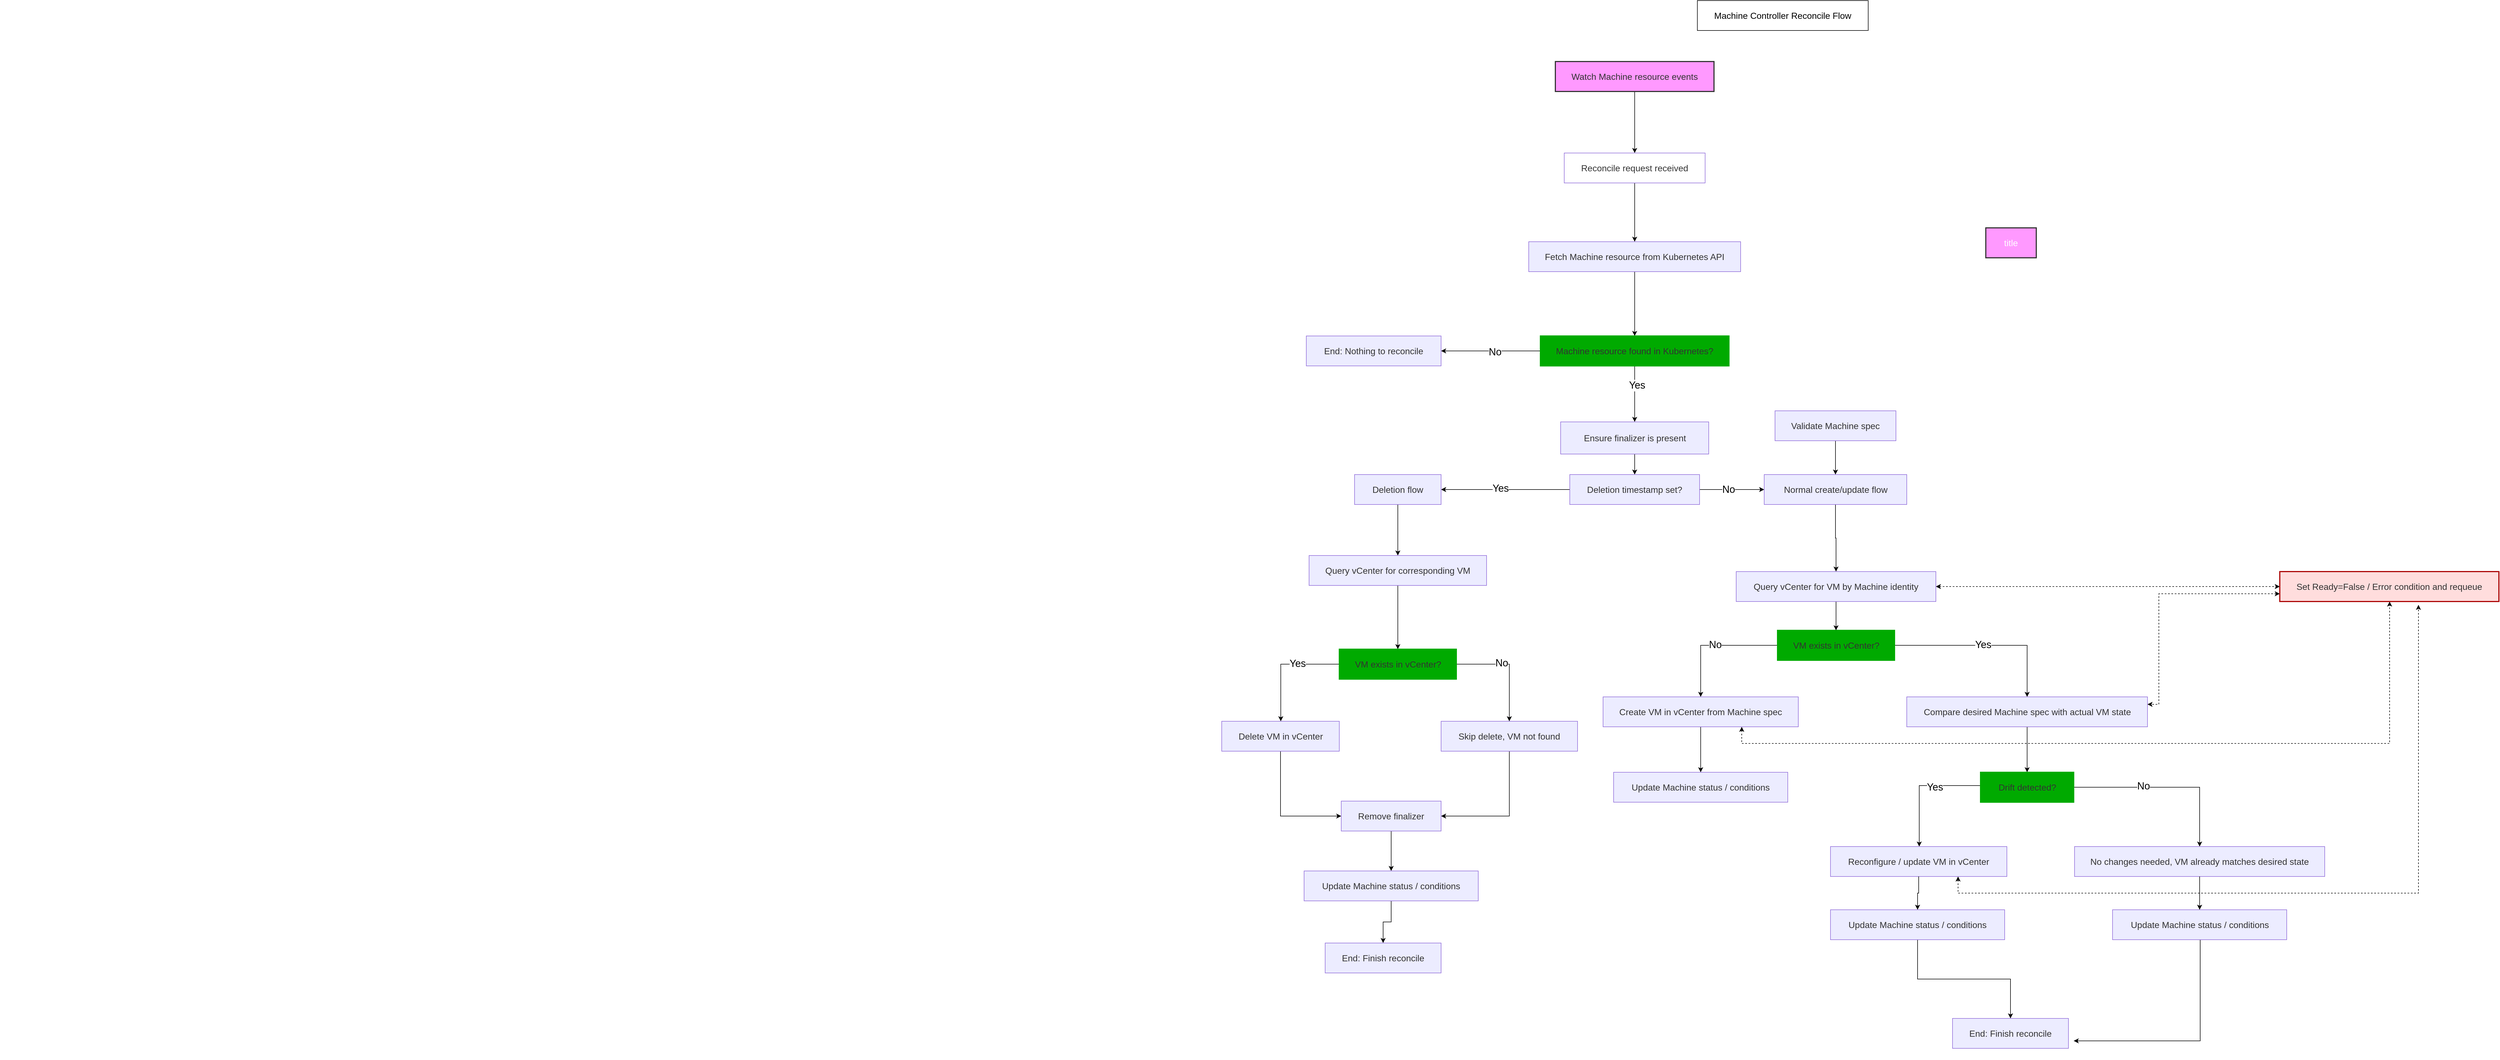
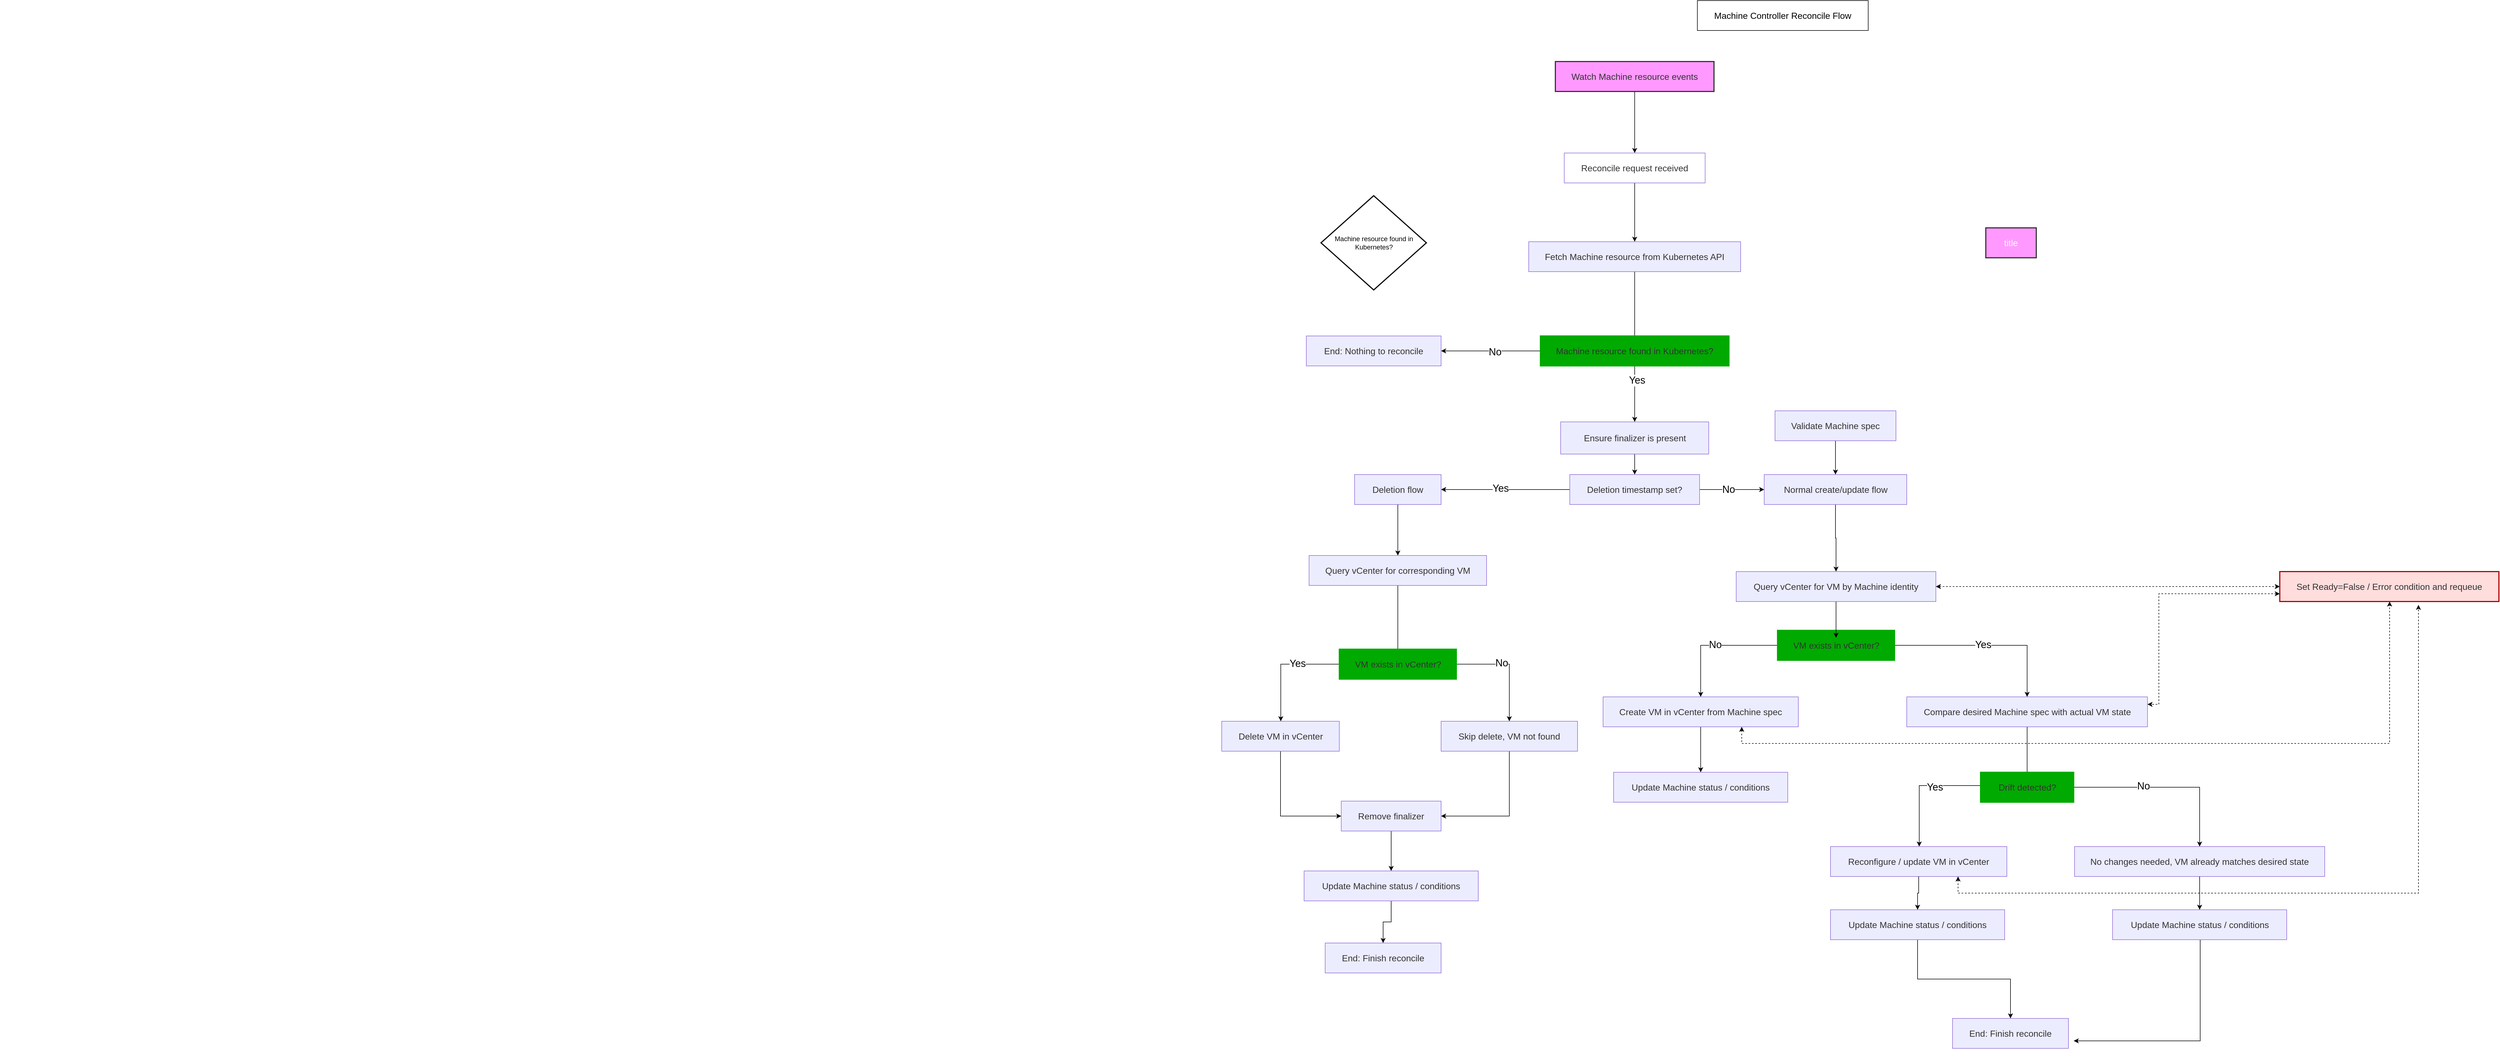
<mxfile host="app.diagrams.net">
  <diagram name="Page-1" id="WP2OnV7o5irwRzSvscoQ">
-     <mxGraphModel dx="1167" dy="4097" grid="1" gridSize="10" guides="1" tooltips="1" connect="1" arrows="1" fold="1" page="1" pageScale="1" pageWidth="850" pageHeight="1100" math="0" shadow="0">
+     <mxGraphModel dx="757" dy="3826" grid="1" gridSize="10" guides="1" tooltips="1" connect="1" arrows="1" fold="1" page="1" pageScale="1" pageWidth="850" pageHeight="1100" math="0" shadow="0">
      <root>
        <mxCell id="0" />
        <mxCell id="1" parent="0" />
        <UserObject label="" mermaidData="{&#xa;  &quot;data&quot;: &quot;graph LR\n    title \&quot;Machine Controller Reconcile Flow\&quot;\n    style title fill:#f9f,stroke:#333,stroke-width:2px,color:#fff\n    style node fill:#f9f,stroke:#333,stroke-width:2px\n    style decision fill:#f9f,stroke:#333,stroke-width:2px\n    style error fill:#fdd,stroke:#a00,stroke-width:2px\n    style start fill:#f9f,stroke:#333,stroke-width:2px\n    style end fill:#f9f,stroke:#333,stroke-width:2px\n\n    start[Watch Machine resource events]\n    start --&gt;|Yes| reconcile_request_received[Reconcile request received]\n    reconcile_request_received --&gt;|Yes| fetch_machine_resource[Fetch Machine resource from Kubernetes API]\n    fetch_machine_resource --&gt;|Yes| decision_machine_found[Machine resource found in Kubernetes?]\n    decision_machine_found --|No|-&gt; nothing_to_reconcile[End: Nothing to reconcile]\n    decision_machine_found --|Yes|-&gt; ensure_finalizer_present[Ensure finalizer is present]\n\n    ensure_finalizer_present --&gt;|Yes| decision_deletion_timestamp_set[Deletion timestamp set?]\n    decision_deletion_timestamp_set --|Yes|-&gt; deletion_flow[Deletion flow]\n    deletion_flow --&gt;|Yes| query_vcenter_vm[Query vCenter for corresponding VM]\n    query_vcenter_vm --&gt;|Yes| decision_vm_exists[VM exists in vCenter?]\n    decision_vm_exists --|Yes|-&gt; delete_vm[Delete VM in vCenter]\n    delete_vm --&gt;|Yes| remove_finalizer[Remove finalizer]\n    remove_finalizer --&gt;|Yes| update_machine_status[Update Machine status / conditions]\n    update_machine_status --&gt;|Yes| end_finish_reconcile[End: Finish reconcile]\n    delete_vm --|No|-&gt; skip_delete_vm_not_found[Skip delete, VM not found]\n    skip_delete_vm_not_found --&gt;|Yes| end_finish_reconcile\n\n    ensure_finalizer_present --|No|-&gt; normal_create_update_flow[Normal create/update flow]\n    normal_create_update_flow --&gt;|Yes| validate_machine_spec[Validate Machine spec]\n    validate_machine_spec --&gt;|Yes| query_vcenter_vm_by_machine_identity[Query vCenter for VM by Machine identity]\n    query_vcenter_vm_by_machine_identity --&gt;|Yes| decision_vm_exists\n    decision_vm_exists --|Yes|-&gt; create_vm[Create VM in vCenter from Machine spec]\n    create_vm --&gt;|Yes| update_machine_status\n    create_vm --|No|-&gt; compare_desired_machine_spec_with_actual_vm_state[Compare desired Machine spec with actual VM state]\n    compare_desired_machine_spec_with_actual_vm_state --&gt;|Yes| decision_drift_detected[Drift detected?]\n    decision_drift_detected --|Yes|-&gt; reconfigure_update_vm[Reconfigure / update VM in vCenter]\n    reconfigure_update_vm --&gt;|Yes| update_machine_status\n    reconfigure_update_vm --|No|-&gt; no_changes_needed_vm_already_matches_desired_state[No changes needed, VM already matches desired state]\n    no_changes_needed_vm_already_matches_desired_state --&gt;|Yes| update_machine_status\n    no_changes_needed_vm_already_matches_desired_state --|No|-&gt; end_finish_reconcile\n\n    error[Set Ready=False / Error condition and requeue]\n    query_vcenter_vm --&gt;|Yes|-&gt; error\n    delete_vm --&gt;|Yes|-&gt; error\n    create_vm --&gt;|Yes|-&gt; error\n    reconfigure_update_vm --&gt;|Yes|-&gt; error\n    error --&gt;|Yes|-&gt; reconcile_request_received\n\n    style decision_machine_found fill:#0a0,stroke:#0a0,stroke-width:2px\n    style decision_vm_exists fill:#0a0,stroke:#0a0,stroke-width:2px\n    style decision_drift_detected fill:#0a0,stroke:#0a0,stroke-width:2px&quot;,&#xa;  &quot;config&quot;: null&#xa;}" id="56">
          <mxCell connectable="0" parent="1" style="group;transparentBounds=1;editIcon=1;lockedGroup=0;groupPadding=20;snapToPoint=0;fixDash=0;backgroundOutline=1;" vertex="1">
            <mxGeometry height="620" width="4211" as="geometry" />
          </mxCell>
        </UserObject>
        <UserObject label="title" mermaidId="n:title" mermaidBaseStyle="html=1;whiteSpace=wrap;strokeWidth=2;fillColor=#f9f;strokeColor=#333;fontColor=#fff;fontFamily=Trebuchet MS,Verdana,Arial,sans-serif;fontSize=16;" mermaidBaseValue="title" id="2">
          <mxCell parent="56" style="html=1;whiteSpace=wrap;strokeWidth=2;fillColor=#f9f;strokeColor=#333;fontColor=#fff;fontFamily=Trebuchet MS,Verdana,Arial,sans-serif;fontSize=16;snapToPoint=0;fixDash=0;backgroundOutline=1;" vertex="1">
            <mxGeometry height="54" width="91" x="3580" y="-880" as="geometry" />
          </mxCell>
        </UserObject>
        <UserObject label="Machine Controller Reconcile Flow" mermaidId="n:Machine Controller Reconcile Flow" mermaidBaseStyle="html=1;whiteSpace=wrap;strokeWidth=1;fillColor=light-dark(#ECECFF,#1f2020);strokeColor=light-dark(#9370DB,#cccccc);fontColor=light-dark(#333333,#cccccc);fontFamily=Trebuchet MS,Verdana,Arial,sans-serif;fontSize=16;" mermaidBaseValue="Machine Controller Reconcile Flow" id="3">
          <mxCell parent="56" style="html=1;whiteSpace=wrap;strokeWidth=1;fontFamily=Trebuchet MS,Verdana,Arial,sans-serif;fontSize=16;snapToPoint=0;fixDash=0;backgroundOutline=1;gradientColor=none;fillStyle=solid;fillColor=default;" vertex="1">
            <mxGeometry height="54" width="308" x="3060" y="-1290" as="geometry" />
          </mxCell>
        </UserObject>
        <mxCell id="p-3naK_85DjVvBY4tQBO-59" edge="1" parent="56" source="4" style="edgeStyle=orthogonalEdgeStyle;rounded=0;orthogonalLoop=1;jettySize=auto;html=1;snapToPoint=0;fixDash=0;backgroundOutline=1;" target="5">
          <mxGeometry relative="1" as="geometry" />
        </mxCell>
        <UserObject label="Watch Machine resource events" mermaidId="n:start" mermaidBaseStyle="html=1;whiteSpace=wrap;strokeWidth=2;fillColor=#f9f;strokeColor=#333;fontColor=light-dark(#333333,#cccccc);fontFamily=Trebuchet MS,Verdana,Arial,sans-serif;fontSize=16;" mermaidBaseValue="Watch Machine resource events" id="4">
          <mxCell parent="56" style="html=1;whiteSpace=wrap;strokeWidth=2;fillColor=#f9f;strokeColor=#333;fontColor=light-dark(#333333,#cccccc);fontFamily=Trebuchet MS,Verdana,Arial,sans-serif;fontSize=16;snapToPoint=0;fixDash=0;backgroundOutline=1;" vertex="1">
            <mxGeometry height="54" width="286" x="2804" y="-1180" as="geometry" />
          </mxCell>
        </UserObject>
        <mxCell id="p-3naK_85DjVvBY4tQBO-61" edge="1" parent="56" source="5" style="edgeStyle=orthogonalEdgeStyle;rounded=0;orthogonalLoop=1;jettySize=auto;html=1;snapToPoint=0;fixDash=0;backgroundOutline=1;" target="6">
          <mxGeometry relative="1" as="geometry" />
        </mxCell>
        <UserObject label="Reconcile request received" mermaidId="n:reconcile_request_received" mermaidBaseStyle="html=1;whiteSpace=wrap;strokeWidth=1;fillColor=light-dark(#ECECFF,#1f2020);strokeColor=light-dark(#9370DB,#cccccc);fontColor=light-dark(#333333,#cccccc);fontFamily=Trebuchet MS,Verdana,Arial,sans-serif;fontSize=16;" mermaidBaseValue="Reconcile request received" id="5">
          <mxCell parent="56" style="html=1;whiteSpace=wrap;strokeWidth=1;fillColor=default;strokeColor=light-dark(#9370DB,#cccccc);fontColor=light-dark(#333333,#cccccc);fontFamily=Trebuchet MS,Verdana,Arial,sans-serif;fontSize=16;snapToPoint=0;fixDash=0;backgroundOutline=1;" vertex="1">
            <mxGeometry height="54" width="254" x="2820" y="-1015" as="geometry" />
          </mxCell>
        </UserObject>
        <mxCell id="p-3naK_85DjVvBY4tQBO-62" edge="1" parent="56" source="6" style="edgeStyle=orthogonalEdgeStyle;rounded=0;orthogonalLoop=1;jettySize=auto;html=1;snapToPoint=0;fixDash=0;backgroundOutline=1;" target="7">
          <mxGeometry relative="1" as="geometry" />
        </mxCell>
        <UserObject label="Fetch Machine resource from Kubernetes API" mermaidId="n:fetch_machine_resource" mermaidBaseStyle="html=1;whiteSpace=wrap;strokeWidth=1;fillColor=light-dark(#ECECFF,#1f2020);strokeColor=light-dark(#9370DB,#cccccc);fontColor=light-dark(#333333,#cccccc);fontFamily=Trebuchet MS,Verdana,Arial,sans-serif;fontSize=16;" mermaidBaseValue="Fetch Machine resource from Kubernetes API" id="6">
          <mxCell parent="56" style="html=1;whiteSpace=wrap;strokeWidth=1;fillColor=light-dark(#ECECFF,#1f2020);strokeColor=light-dark(#9370DB,#cccccc);fontColor=light-dark(#333333,#cccccc);fontFamily=Trebuchet MS,Verdana,Arial,sans-serif;fontSize=16;snapToPoint=0;fixDash=0;backgroundOutline=1;" vertex="1">
            <mxGeometry height="54" width="382" x="2756" y="-855" as="geometry" />
          </mxCell>
        </UserObject>
        <mxCell id="p-3naK_85DjVvBY4tQBO-64" edge="1" parent="56" source="7" style="edgeStyle=orthogonalEdgeStyle;rounded=0;orthogonalLoop=1;jettySize=auto;html=1;snapToPoint=0;fixDash=0;backgroundOutline=1;" target="8">
          <mxGeometry relative="1" as="geometry" />
        </mxCell>
        <mxCell id="p-3naK_85DjVvBY4tQBO-104" connectable="0" parent="p-3naK_85DjVvBY4tQBO-64" style="edgeLabel;html=1;align=center;verticalAlign=middle;resizable=0;points=[];snapToPoint=0;fixDash=0;backgroundOutline=1;" value="&lt;font style=&quot;font-size: 18px;&quot;&gt;No&lt;/font&gt;" vertex="1">
          <mxGeometry relative="1" x="-0.079" y="2" as="geometry">
            <mxPoint as="offset" />
          </mxGeometry>
        </mxCell>
        <mxCell id="p-3naK_85DjVvBY4tQBO-65" edge="1" parent="56" source="7" style="edgeStyle=orthogonalEdgeStyle;rounded=0;orthogonalLoop=1;jettySize=auto;html=1;snapToPoint=0;fixDash=0;backgroundOutline=1;" target="9">
          <mxGeometry relative="1" as="geometry" />
        </mxCell>
        <mxCell id="p-3naK_85DjVvBY4tQBO-105" connectable="0" parent="p-3naK_85DjVvBY4tQBO-65" style="edgeLabel;html=1;align=center;verticalAlign=middle;resizable=0;points=[];snapToPoint=0;fixDash=0;backgroundOutline=1;" value="&lt;div&gt;&lt;font style=&quot;font-size: 18px;&quot;&gt;Yes&lt;/font&gt;&lt;/div&gt;" vertex="1">
          <mxGeometry relative="1" x="-0.3069" y="4" as="geometry">
            <mxPoint as="offset" />
          </mxGeometry>
        </mxCell>
        <UserObject label="Machine resource found in Kubernetes?" mermaidId="n:decision_machine_found" mermaidBaseStyle="html=1;whiteSpace=wrap;strokeWidth=2;fillColor=#0a0;strokeColor=#0a0;fontColor=light-dark(#333333,#cccccc);fontFamily=Trebuchet MS,Verdana,Arial,sans-serif;fontSize=16;" mermaidBaseValue="Machine resource found in Kubernetes?" id="7">
-           <mxCell parent="56" style="html=1;whiteSpace=wrap;strokeWidth=2;fillColor=#0a0;strokeColor=#0a0;fontColor=light-dark(#333333,#cccccc);fontFamily=Trebuchet MS,Verdana,Arial,sans-serif;fontSize=16;snapToPoint=0;fixDash=0;backgroundOutline=1;" vertex="1">
+           <mxCell parent="56" style="html=1;whiteSpace=wrap;strokeWidth=2;fillColor=#0a0;strokeColor=#0a0;fontColor=light-dark(#333333,#cccccc);fontFamily=Trebuchet MS,Verdana,Arial,sans-serif;fontSize=16;snapToPoint=0;fixDash=0;backgroundOutline=1;perimeter=trianglePerimeter;imageAspect=1;" vertex="1">
            <mxGeometry height="54" width="340" x="2777" y="-685" as="geometry" />
          </mxCell>
        </UserObject>
        <UserObject label="End: Nothing to reconcile" mermaidId="n:nothing_to_reconcile" mermaidBaseStyle="html=1;whiteSpace=wrap;strokeWidth=1;fillColor=light-dark(#ECECFF,#1f2020);strokeColor=light-dark(#9370DB,#cccccc);fontColor=light-dark(#333333,#cccccc);fontFamily=Trebuchet MS,Verdana,Arial,sans-serif;fontSize=16;" mermaidBaseValue="End: Nothing to reconcile" id="8">
          <mxCell parent="56" style="html=1;whiteSpace=wrap;strokeWidth=1;fillColor=light-dark(#ECECFF,#1f2020);strokeColor=light-dark(#9370DB,#cccccc);fontColor=light-dark(#333333,#cccccc);fontFamily=Trebuchet MS,Verdana,Arial,sans-serif;fontSize=16;snapToPoint=0;fixDash=0;backgroundOutline=1;" vertex="1">
            <mxGeometry height="54" width="243" x="2355" y="-685" as="geometry" />
          </mxCell>
        </UserObject>
        <mxCell id="p-3naK_85DjVvBY4tQBO-63" edge="1" parent="56" source="9" style="edgeStyle=orthogonalEdgeStyle;rounded=0;orthogonalLoop=1;jettySize=auto;html=1;snapToPoint=0;fixDash=0;backgroundOutline=1;" target="10">
          <mxGeometry relative="1" as="geometry" />
        </mxCell>
        <UserObject label="Ensure finalizer is present" mermaidId="n:ensure_finalizer_present" mermaidBaseStyle="html=1;whiteSpace=wrap;strokeWidth=1;fillColor=light-dark(#ECECFF,#1f2020);strokeColor=light-dark(#9370DB,#cccccc);fontColor=light-dark(#333333,#cccccc);fontFamily=Trebuchet MS,Verdana,Arial,sans-serif;fontSize=16;" mermaidBaseValue="Ensure finalizer is present" id="9">
          <mxCell parent="56" style="html=1;whiteSpace=wrap;strokeWidth=1;fillColor=light-dark(#ECECFF,#1f2020);strokeColor=light-dark(#9370DB,#cccccc);fontColor=light-dark(#333333,#cccccc);fontFamily=Trebuchet MS,Verdana,Arial,sans-serif;fontSize=16;snapToPoint=0;fixDash=0;backgroundOutline=1;" vertex="1">
            <mxGeometry height="58" width="267" x="2813.5" y="-530" as="geometry" />
          </mxCell>
        </UserObject>
        <mxCell id="p-3naK_85DjVvBY4tQBO-72" edge="1" parent="56" source="10" style="edgeStyle=orthogonalEdgeStyle;rounded=0;orthogonalLoop=1;jettySize=auto;html=1;snapToPoint=0;fixDash=0;backgroundOutline=1;" target="11">
          <mxGeometry relative="1" as="geometry" />
        </mxCell>
        <mxCell id="p-3naK_85DjVvBY4tQBO-106" connectable="0" parent="p-3naK_85DjVvBY4tQBO-72" style="edgeLabel;html=1;align=center;verticalAlign=middle;resizable=0;points=[];snapToPoint=0;fixDash=0;backgroundOutline=1;" value="&lt;div&gt;&lt;font style=&quot;font-size: 18px;&quot;&gt;Yes&lt;/font&gt;&lt;/div&gt;" vertex="1">
          <mxGeometry relative="1" x="0.0776" y="-2" as="geometry">
            <mxPoint as="offset" />
          </mxGeometry>
        </mxCell>
        <mxCell id="p-3naK_85DjVvBY4tQBO-74" edge="1" parent="56" source="10" style="edgeStyle=orthogonalEdgeStyle;rounded=0;orthogonalLoop=1;jettySize=auto;html=1;snapToPoint=0;fixDash=0;backgroundOutline=1;" target="19">
          <mxGeometry relative="1" as="geometry" />
        </mxCell>
        <mxCell id="p-3naK_85DjVvBY4tQBO-107" connectable="0" parent="p-3naK_85DjVvBY4tQBO-74" style="edgeLabel;html=1;align=center;verticalAlign=middle;resizable=0;points=[];snapToPoint=0;fixDash=0;backgroundOutline=1;" value="&lt;font style=&quot;font-size: 18px;&quot;&gt;No&lt;/font&gt;" vertex="1">
          <mxGeometry relative="1" x="-0.1073" as="geometry">
            <mxPoint as="offset" />
          </mxGeometry>
        </mxCell>
        <UserObject label="Deletion timestamp set?" mermaidId="n:decision_deletion_timestamp_set" mermaidBaseStyle="html=1;whiteSpace=wrap;strokeWidth=1;fillColor=light-dark(#ECECFF,#1f2020);strokeColor=light-dark(#9370DB,#cccccc);fontColor=light-dark(#333333,#cccccc);fontFamily=Trebuchet MS,Verdana,Arial,sans-serif;fontSize=16;" mermaidBaseValue="Deletion timestamp set?" id="10">
          <mxCell parent="56" style="html=1;whiteSpace=wrap;strokeWidth=1;fillColor=light-dark(#ECECFF,#1f2020);strokeColor=light-dark(#9370DB,#cccccc);fontColor=light-dark(#333333,#cccccc);fontFamily=Trebuchet MS,Verdana,Arial,sans-serif;fontSize=16;snapToPoint=0;fixDash=0;backgroundOutline=1;" vertex="1">
            <mxGeometry height="54" width="234" x="2830" y="-435" as="geometry" />
          </mxCell>
        </UserObject>
        <mxCell id="p-3naK_85DjVvBY4tQBO-73" edge="1" parent="56" source="11" style="edgeStyle=orthogonalEdgeStyle;rounded=0;orthogonalLoop=1;jettySize=auto;html=1;snapToPoint=0;fixDash=0;backgroundOutline=1;" target="12">
          <mxGeometry relative="1" as="geometry" />
        </mxCell>
        <UserObject label="Deletion flow" mermaidId="n:deletion_flow" mermaidBaseStyle="html=1;whiteSpace=wrap;strokeWidth=1;fillColor=light-dark(#ECECFF,#1f2020);strokeColor=light-dark(#9370DB,#cccccc);fontColor=light-dark(#333333,#cccccc);fontFamily=Trebuchet MS,Verdana,Arial,sans-serif;fontSize=16;" mermaidBaseValue="Deletion flow" id="11">
          <mxCell parent="56" style="html=1;whiteSpace=wrap;strokeWidth=1;fillColor=light-dark(#ECECFF,#1f2020);strokeColor=light-dark(#9370DB,#cccccc);fontColor=light-dark(#333333,#cccccc);fontFamily=Trebuchet MS,Verdana,Arial,sans-serif;fontSize=16;snapToPoint=0;fixDash=0;backgroundOutline=1;" vertex="1">
            <mxGeometry height="54" width="156" x="2442" y="-435" as="geometry" />
          </mxCell>
        </UserObject>
        <mxCell id="p-3naK_85DjVvBY4tQBO-79" edge="1" parent="56" source="12" style="edgeStyle=orthogonalEdgeStyle;rounded=0;orthogonalLoop=1;jettySize=auto;html=1;snapToPoint=0;fixDash=0;backgroundOutline=1;" target="p-3naK_85DjVvBY4tQBO-78">
          <mxGeometry relative="1" as="geometry" />
        </mxCell>
        <UserObject label="Query vCenter for corresponding VM" mermaidId="n:query_vcenter_vm" mermaidBaseStyle="html=1;whiteSpace=wrap;strokeWidth=1;fillColor=light-dark(#ECECFF,#1f2020);strokeColor=light-dark(#9370DB,#cccccc);fontColor=light-dark(#333333,#cccccc);fontFamily=Trebuchet MS,Verdana,Arial,sans-serif;fontSize=16;" mermaidBaseValue="Query vCenter for corresponding VM" id="12">
          <mxCell parent="56" style="html=1;whiteSpace=wrap;strokeWidth=1;fillColor=light-dark(#ECECFF,#1f2020);strokeColor=light-dark(#9370DB,#cccccc);fontColor=light-dark(#333333,#cccccc);fontFamily=Trebuchet MS,Verdana,Arial,sans-serif;fontSize=16;snapToPoint=0;fixDash=0;backgroundOutline=1;" vertex="1">
            <mxGeometry height="54" width="320" x="2360" y="-289" as="geometry" />
          </mxCell>
        </UserObject>
        <mxCell id="p-3naK_85DjVvBY4tQBO-82" edge="1" parent="56" source="14" style="edgeStyle=orthogonalEdgeStyle;rounded=0;orthogonalLoop=1;jettySize=auto;html=1;entryX=0;entryY=0.5;entryDx=0;entryDy=0;snapToPoint=0;fixDash=0;backgroundOutline=1;" target="15">
          <mxGeometry relative="1" as="geometry">
            <Array as="points">
              <mxPoint x="2309" y="181" />
            </Array>
          </mxGeometry>
        </mxCell>
        <UserObject label="Delete VM in vCenter" mermaidId="n:delete_vm" mermaidBaseStyle="html=1;whiteSpace=wrap;strokeWidth=1;fillColor=light-dark(#ECECFF,#1f2020);strokeColor=light-dark(#9370DB,#cccccc);fontColor=light-dark(#333333,#cccccc);fontFamily=Trebuchet MS,Verdana,Arial,sans-serif;fontSize=16;" mermaidBaseValue="Delete VM in vCenter" id="14">
          <mxCell parent="56" style="html=1;whiteSpace=wrap;strokeWidth=1;fillColor=light-dark(#ECECFF,#1f2020);strokeColor=light-dark(#9370DB,#cccccc);fontColor=light-dark(#333333,#cccccc);fontFamily=Trebuchet MS,Verdana,Arial,sans-serif;fontSize=16;snapToPoint=0;fixDash=0;backgroundOutline=1;" vertex="1">
            <mxGeometry height="54" width="212" x="2202.5" y="10" as="geometry" />
          </mxCell>
        </UserObject>
        <mxCell id="p-3naK_85DjVvBY4tQBO-84" edge="1" parent="56" source="15" style="edgeStyle=orthogonalEdgeStyle;rounded=0;orthogonalLoop=1;jettySize=auto;html=1;snapToPoint=0;fixDash=0;backgroundOutline=1;" target="16">
          <mxGeometry relative="1" as="geometry" />
        </mxCell>
        <UserObject label="Remove finalizer" mermaidId="n:remove_finalizer" mermaidBaseStyle="html=1;whiteSpace=wrap;strokeWidth=1;fillColor=light-dark(#ECECFF,#1f2020);strokeColor=light-dark(#9370DB,#cccccc);fontColor=light-dark(#333333,#cccccc);fontFamily=Trebuchet MS,Verdana,Arial,sans-serif;fontSize=16;" mermaidBaseValue="Remove finalizer" id="15">
          <mxCell parent="56" style="html=1;whiteSpace=wrap;strokeWidth=1;fillColor=light-dark(#ECECFF,#1f2020);strokeColor=light-dark(#9370DB,#cccccc);fontColor=light-dark(#333333,#cccccc);fontFamily=Trebuchet MS,Verdana,Arial,sans-serif;fontSize=16;snapToPoint=0;fixDash=0;backgroundOutline=1;" vertex="1">
            <mxGeometry height="54" width="180" x="2418" y="154" as="geometry" />
          </mxCell>
        </UserObject>
        <mxCell id="p-3naK_85DjVvBY4tQBO-86" edge="1" parent="56" source="16" style="edgeStyle=orthogonalEdgeStyle;rounded=0;orthogonalLoop=1;jettySize=auto;html=1;snapToPoint=0;fixDash=0;backgroundOutline=1;" target="17">
          <mxGeometry relative="1" as="geometry" />
        </mxCell>
        <UserObject label="Update Machine status / conditions" mermaidId="n:update_machine_status" mermaidBaseStyle="html=1;whiteSpace=wrap;strokeWidth=1;fillColor=light-dark(#ECECFF,#1f2020);strokeColor=light-dark(#9370DB,#cccccc);fontColor=light-dark(#333333,#cccccc);fontFamily=Trebuchet MS,Verdana,Arial,sans-serif;fontSize=16;" mermaidBaseValue="Update Machine status / conditions" id="16">
          <mxCell parent="56" style="html=1;whiteSpace=wrap;strokeWidth=1;fillColor=light-dark(#ECECFF,#1f2020);strokeColor=light-dark(#9370DB,#cccccc);fontColor=light-dark(#333333,#cccccc);fontFamily=Trebuchet MS,Verdana,Arial,sans-serif;fontSize=16;snapToPoint=0;fixDash=0;backgroundOutline=1;" vertex="1">
            <mxGeometry height="54" width="314" x="2351" y="280" as="geometry" />
          </mxCell>
        </UserObject>
        <UserObject label="End: Finish reconcile" mermaidId="n:end_finish_reconcile" mermaidBaseStyle="html=1;whiteSpace=wrap;strokeWidth=1;fillColor=light-dark(#ECECFF,#1f2020);strokeColor=light-dark(#9370DB,#cccccc);fontColor=light-dark(#333333,#cccccc);fontFamily=Trebuchet MS,Verdana,Arial,sans-serif;fontSize=16;" mermaidBaseValue="End: Finish reconcile" id="17">
          <mxCell parent="56" style="html=1;whiteSpace=wrap;strokeWidth=1;fillColor=light-dark(#ECECFF,#1f2020);strokeColor=light-dark(#9370DB,#cccccc);fontColor=light-dark(#333333,#cccccc);fontFamily=Trebuchet MS,Verdana,Arial,sans-serif;fontSize=16;snapToPoint=0;fixDash=0;backgroundOutline=1;" vertex="1">
            <mxGeometry height="54" width="209" x="2389" y="410" as="geometry" />
          </mxCell>
        </UserObject>
        <mxCell id="p-3naK_85DjVvBY4tQBO-83" edge="1" parent="56" source="18" style="edgeStyle=orthogonalEdgeStyle;rounded=0;orthogonalLoop=1;jettySize=auto;html=1;entryX=1;entryY=0.5;entryDx=0;entryDy=0;snapToPoint=0;fixDash=0;backgroundOutline=1;" target="15">
          <mxGeometry relative="1" as="geometry" />
        </mxCell>
        <UserObject label="Skip delete, VM not found" mermaidId="n:skip_delete_vm_not_found" mermaidBaseStyle="html=1;whiteSpace=wrap;strokeWidth=1;fillColor=light-dark(#ECECFF,#1f2020);strokeColor=light-dark(#9370DB,#cccccc);fontColor=light-dark(#333333,#cccccc);fontFamily=Trebuchet MS,Verdana,Arial,sans-serif;fontSize=16;" mermaidBaseValue="Skip delete, VM not found" id="18">
          <mxCell parent="56" style="html=1;whiteSpace=wrap;strokeWidth=1;fillColor=light-dark(#ECECFF,#1f2020);strokeColor=light-dark(#9370DB,#cccccc);fontColor=light-dark(#333333,#cccccc);fontFamily=Trebuchet MS,Verdana,Arial,sans-serif;fontSize=16;snapToPoint=0;fixDash=0;backgroundOutline=1;" vertex="1">
            <mxGeometry height="54" width="246" x="2598" y="10" as="geometry" />
          </mxCell>
        </UserObject>
        <mxCell id="p-3naK_85DjVvBY4tQBO-112" edge="1" parent="56" source="19" style="edgeStyle=orthogonalEdgeStyle;rounded=0;orthogonalLoop=1;jettySize=auto;html=1;snapToPoint=0;fixDash=0;backgroundOutline=1;" target="21">
          <mxGeometry relative="1" as="geometry" />
        </mxCell>
        <UserObject label="Normal create/update flow" mermaidId="n:normal_create_update_flow" mermaidBaseStyle="html=1;whiteSpace=wrap;strokeWidth=1;fillColor=light-dark(#ECECFF,#1f2020);strokeColor=light-dark(#9370DB,#cccccc);fontColor=light-dark(#333333,#cccccc);fontFamily=Trebuchet MS,Verdana,Arial,sans-serif;fontSize=16;" mermaidBaseValue="Normal create/update flow" id="19">
          <mxCell parent="56" style="html=1;whiteSpace=wrap;strokeWidth=1;fillColor=light-dark(#ECECFF,#1f2020);strokeColor=light-dark(#9370DB,#cccccc);fontColor=light-dark(#333333,#cccccc);fontFamily=Trebuchet MS,Verdana,Arial,sans-serif;fontSize=16;snapToPoint=0;fixDash=0;backgroundOutline=1;" vertex="1">
            <mxGeometry height="54" width="257" x="3180.5" y="-435" as="geometry" />
          </mxCell>
        </UserObject>
        <mxCell id="p-3naK_85DjVvBY4tQBO-80" edge="1" parent="56" source="p-3naK_85DjVvBY4tQBO-78" style="edgeStyle=orthogonalEdgeStyle;rounded=0;orthogonalLoop=1;jettySize=auto;html=1;snapToPoint=0;fixDash=0;backgroundOutline=1;" target="14">
          <mxGeometry relative="1" as="geometry">
            <Array as="points">
              <mxPoint x="2309" y="-93" />
            </Array>
          </mxGeometry>
        </mxCell>
        <mxCell id="p-3naK_85DjVvBY4tQBO-108" connectable="0" parent="p-3naK_85DjVvBY4tQBO-80" style="edgeLabel;html=1;align=center;verticalAlign=middle;resizable=0;points=[];snapToPoint=0;fixDash=0;backgroundOutline=1;" value="&lt;font style=&quot;font-size: 18px;&quot;&gt;Yes&lt;/font&gt;" vertex="1">
          <mxGeometry relative="1" x="-0.2758" y="-1" as="geometry">
            <mxPoint as="offset" />
          </mxGeometry>
        </mxCell>
        <mxCell id="p-3naK_85DjVvBY4tQBO-81" edge="1" parent="56" source="p-3naK_85DjVvBY4tQBO-78" style="edgeStyle=orthogonalEdgeStyle;rounded=0;orthogonalLoop=1;jettySize=auto;html=1;snapToPoint=0;fixDash=0;backgroundOutline=1;" target="18">
          <mxGeometry relative="1" as="geometry">
            <Array as="points">
              <mxPoint x="2721" y="-93" />
            </Array>
          </mxGeometry>
        </mxCell>
        <mxCell id="p-3naK_85DjVvBY4tQBO-109" connectable="0" parent="p-3naK_85DjVvBY4tQBO-81" style="edgeLabel;html=1;align=center;verticalAlign=middle;resizable=0;points=[];snapToPoint=0;fixDash=0;backgroundOutline=1;" value="&lt;font style=&quot;font-size: 18px;&quot;&gt;No&lt;/font&gt;" vertex="1">
          <mxGeometry relative="1" x="-0.1788" y="2" as="geometry">
            <mxPoint as="offset" />
          </mxGeometry>
        </mxCell>
        <UserObject label="VM exists in vCenter?" mermaidId="n:decision_vm_exists" mermaidBaseStyle="html=1;whiteSpace=wrap;strokeWidth=2;fillColor=#0a0;strokeColor=#0a0;fontColor=light-dark(#333333,#cccccc);fontFamily=Trebuchet MS,Verdana,Arial,sans-serif;fontSize=16;" mermaidBaseValue="VM exists in vCenter?" id="p-3naK_85DjVvBY4tQBO-78">
-           <mxCell parent="56" style="html=1;whiteSpace=wrap;strokeWidth=2;fillColor=#0a0;strokeColor=#0a0;fontColor=light-dark(#333333,#cccccc);fontFamily=Trebuchet MS,Verdana,Arial,sans-serif;fontSize=16;snapToPoint=0;fixDash=0;backgroundOutline=1;" vertex="1">
+           <mxCell parent="56" style="html=1;whiteSpace=wrap;strokeWidth=2;fillColor=#0a0;strokeColor=#0a0;fontColor=light-dark(#333333,#cccccc);fontFamily=Trebuchet MS,Verdana,Arial,sans-serif;fontSize=16;snapToPoint=0;fixDash=0;backgroundOutline=1;perimeter=trianglePerimeter;" vertex="1">
            <mxGeometry height="54" width="211" x="2414.5" y="-120" as="geometry" />
          </mxCell>
        </UserObject>
        <mxCell id="p-3naK_85DjVvBY4tQBO-111" edge="1" parent="56" source="p-3naK_85DjVvBY4tQBO-110" style="edgeStyle=orthogonalEdgeStyle;rounded=0;orthogonalLoop=1;jettySize=auto;html=1;snapToPoint=0;fixDash=0;backgroundOutline=1;" target="19">
          <mxGeometry relative="1" as="geometry" />
        </mxCell>
        <UserObject label="Validate Machine spec" mermaidId="n:validate_machine_spec" mermaidBaseStyle="html=1;whiteSpace=wrap;strokeWidth=1;fillColor=light-dark(#ECECFF,#1f2020);strokeColor=light-dark(#9370DB,#cccccc);fontColor=light-dark(#333333,#cccccc);fontFamily=Trebuchet MS,Verdana,Arial,sans-serif;fontSize=16;" mermaidBaseValue="Validate Machine spec" id="p-3naK_85DjVvBY4tQBO-110">
          <mxCell parent="56" style="html=1;whiteSpace=wrap;strokeWidth=1;fillColor=light-dark(#ECECFF,#1f2020);strokeColor=light-dark(#9370DB,#cccccc);fontColor=light-dark(#333333,#cccccc);fontFamily=Trebuchet MS,Verdana,Arial,sans-serif;fontSize=16;snapToPoint=0;fixDash=0;backgroundOutline=1;" vertex="1">
            <mxGeometry height="54" width="218" x="3200" y="-550" as="geometry" />
          </mxCell>
        </UserObject>
        <mxCell id="p-3naK_85DjVvBY4tQBO-88" edge="1" parent="56" source="13" style="edgeStyle=orthogonalEdgeStyle;rounded=0;orthogonalLoop=1;jettySize=auto;html=1;snapToPoint=0;fixDash=0;backgroundOutline=1;" target="22">
          <mxGeometry relative="1" as="geometry">
            <Array as="points">
              <mxPoint x="3066" y="-127" />
            </Array>
          </mxGeometry>
        </mxCell>
        <mxCell id="p-3naK_85DjVvBY4tQBO-113" connectable="0" parent="p-3naK_85DjVvBY4tQBO-88" style="edgeLabel;html=1;align=center;verticalAlign=middle;resizable=0;points=[];snapToPoint=0;fixDash=0;backgroundOutline=1;" value="&lt;font style=&quot;font-size: 18px;&quot;&gt;No&lt;/font&gt;" vertex="1">
          <mxGeometry relative="1" x="-0.0281" y="-1" as="geometry">
            <mxPoint as="offset" />
          </mxGeometry>
        </mxCell>
        <mxCell id="p-3naK_85DjVvBY4tQBO-91" edge="1" parent="56" source="13" style="edgeStyle=orthogonalEdgeStyle;rounded=0;orthogonalLoop=1;jettySize=auto;html=1;snapToPoint=0;fixDash=0;backgroundOutline=1;" target="23">
          <mxGeometry relative="1" as="geometry" />
        </mxCell>
        <mxCell id="p-3naK_85DjVvBY4tQBO-114" connectable="0" parent="p-3naK_85DjVvBY4tQBO-91" style="edgeLabel;html=1;align=center;verticalAlign=middle;resizable=0;points=[];snapToPoint=0;fixDash=0;backgroundOutline=1;" value="&lt;font style=&quot;font-size: 18px;&quot;&gt;Yes&lt;/font&gt;" vertex="1">
          <mxGeometry relative="1" x="-0.0452" y="1" as="geometry">
            <mxPoint x="1" as="offset" />
          </mxGeometry>
        </mxCell>
        <UserObject label="VM exists in vCenter?" mermaidId="n:decision_vm_exists" mermaidBaseStyle="html=1;whiteSpace=wrap;strokeWidth=2;fillColor=#0a0;strokeColor=#0a0;fontColor=light-dark(#333333,#cccccc);fontFamily=Trebuchet MS,Verdana,Arial,sans-serif;fontSize=16;" mermaidBaseValue="VM exists in vCenter?" id="13">
-           <mxCell parent="56" style="html=1;whiteSpace=wrap;strokeWidth=2;fillColor=#0a0;strokeColor=#0a0;fontColor=light-dark(#333333,#cccccc);fontFamily=Trebuchet MS,Verdana,Arial,sans-serif;fontSize=16;snapToPoint=0;fixDash=0;backgroundOutline=1;" vertex="1">
+           <mxCell parent="56" style="html=1;whiteSpace=wrap;strokeWidth=2;fillColor=#0a0;strokeColor=#0a0;fontColor=light-dark(#333333,#cccccc);fontFamily=Trebuchet MS,Verdana,Arial,sans-serif;fontSize=16;snapToPoint=0;fixDash=0;backgroundOutline=1;perimeter=trianglePerimeter;" vertex="1">
            <mxGeometry height="54" width="211" x="3204.5" y="-154" as="geometry" />
          </mxCell>
        </UserObject>
        <mxCell id="p-3naK_85DjVvBY4tQBO-85" edge="1" parent="56" source="21" style="edgeStyle=orthogonalEdgeStyle;rounded=0;orthogonalLoop=1;jettySize=auto;html=1;snapToPoint=0;fixDash=0;backgroundOutline=1;" target="13">
          <mxGeometry relative="1" as="geometry" />
        </mxCell>
        <mxCell id="p-3naK_85DjVvBY4tQBO-87" edge="1" parent="56" source="21" style="edgeStyle=orthogonalEdgeStyle;rounded=0;orthogonalLoop=1;jettySize=auto;html=1;strokeColor=default;startArrow=classic;startFill=1;fillColor=#f9f7ed;dashed=1;snapToPoint=0;fixDash=0;backgroundOutline=1;" target="27">
          <mxGeometry relative="1" as="geometry" />
        </mxCell>
        <UserObject label="Query vCenter for VM by Machine identity" mermaidId="n:query_vcenter_vm_by_machine_identity" mermaidBaseStyle="html=1;whiteSpace=wrap;strokeWidth=1;fillColor=light-dark(#ECECFF,#1f2020);strokeColor=light-dark(#9370DB,#cccccc);fontColor=light-dark(#333333,#cccccc);fontFamily=Trebuchet MS,Verdana,Arial,sans-serif;fontSize=16;" mermaidBaseValue="Query vCenter for VM by Machine identity" id="21">
          <mxCell parent="56" style="html=1;whiteSpace=wrap;strokeWidth=1;fillColor=light-dark(#ECECFF,#1f2020);strokeColor=light-dark(#9370DB,#cccccc);fontColor=light-dark(#333333,#cccccc);fontFamily=Trebuchet MS,Verdana,Arial,sans-serif;fontSize=16;snapToPoint=0;fixDash=0;backgroundOutline=1;" vertex="1">
            <mxGeometry height="54" width="360" x="3130" y="-260" as="geometry" />
          </mxCell>
        </UserObject>
        <mxCell id="p-3naK_85DjVvBY4tQBO-90" edge="1" parent="56" source="22" style="edgeStyle=orthogonalEdgeStyle;rounded=0;orthogonalLoop=1;jettySize=auto;html=1;snapToPoint=0;fixDash=0;backgroundOutline=1;" target="p-3naK_85DjVvBY4tQBO-89">
          <mxGeometry relative="1" as="geometry" />
        </mxCell>
        <mxCell id="p-3naK_85DjVvBY4tQBO-117" edge="1" parent="56" source="22" style="edgeStyle=orthogonalEdgeStyle;rounded=0;orthogonalLoop=1;jettySize=auto;html=1;strokeColor=default;dashed=1;startArrow=classic;startFill=1;snapToPoint=0;fixDash=0;backgroundOutline=1;" target="27">
          <mxGeometry relative="1" as="geometry">
            <Array as="points">
              <mxPoint x="3140" y="50" />
              <mxPoint x="4308" y="50" />
            </Array>
          </mxGeometry>
        </mxCell>
        <UserObject label="Create VM in vCenter from Machine spec" mermaidId="n:create_vm" mermaidBaseStyle="html=1;whiteSpace=wrap;strokeWidth=1;fillColor=light-dark(#ECECFF,#1f2020);strokeColor=light-dark(#9370DB,#cccccc);fontColor=light-dark(#333333,#cccccc);fontFamily=Trebuchet MS,Verdana,Arial,sans-serif;fontSize=16;" mermaidBaseValue="Create VM in vCenter from Machine spec" id="22">
          <mxCell parent="56" style="html=1;whiteSpace=wrap;strokeWidth=1;fillColor=light-dark(#ECECFF,#1f2020);strokeColor=light-dark(#9370DB,#cccccc);fontColor=light-dark(#333333,#cccccc);fontFamily=Trebuchet MS,Verdana,Arial,sans-serif;fontSize=16;snapToPoint=0;fixDash=0;backgroundOutline=1;" vertex="1">
            <mxGeometry height="54" width="352" x="2890" y="-34" as="geometry" />
          </mxCell>
        </UserObject>
        <mxCell id="p-3naK_85DjVvBY4tQBO-93" edge="1" parent="56" source="23" style="edgeStyle=orthogonalEdgeStyle;rounded=0;orthogonalLoop=1;jettySize=auto;html=1;snapToPoint=0;fixDash=0;backgroundOutline=1;" target="24">
          <mxGeometry relative="1" as="geometry" />
        </mxCell>
        <UserObject label="Compare desired Machine spec with actual VM state" mermaidId="n:compare_desired_machine_spec_with_actual_vm_state" mermaidBaseStyle="html=1;whiteSpace=wrap;strokeWidth=1;fillColor=light-dark(#ECECFF,#1f2020);strokeColor=light-dark(#9370DB,#cccccc);fontColor=light-dark(#333333,#cccccc);fontFamily=Trebuchet MS,Verdana,Arial,sans-serif;fontSize=16;" mermaidBaseValue="Compare desired Machine spec with actual VM state" id="23">
          <mxCell parent="56" style="html=1;whiteSpace=wrap;strokeWidth=1;fillColor=light-dark(#ECECFF,#1f2020);strokeColor=light-dark(#9370DB,#cccccc);fontColor=light-dark(#333333,#cccccc);fontFamily=Trebuchet MS,Verdana,Arial,sans-serif;fontSize=16;snapToPoint=0;fixDash=0;backgroundOutline=1;" vertex="1">
            <mxGeometry height="54" width="434" x="3437.5" y="-34" as="geometry" />
          </mxCell>
        </UserObject>
        <mxCell id="p-3naK_85DjVvBY4tQBO-94" edge="1" parent="56" source="24" style="edgeStyle=orthogonalEdgeStyle;rounded=0;orthogonalLoop=1;jettySize=auto;html=1;snapToPoint=0;fixDash=0;backgroundOutline=1;" target="26">
          <mxGeometry relative="1" as="geometry" />
        </mxCell>
        <mxCell id="p-3naK_85DjVvBY4tQBO-116" connectable="0" parent="p-3naK_85DjVvBY4tQBO-94" style="edgeLabel;html=1;align=center;verticalAlign=middle;resizable=0;points=[];snapToPoint=0;fixDash=0;backgroundOutline=1;" value="&lt;font style=&quot;font-size: 18px;&quot;&gt;No&lt;/font&gt;" vertex="1">
          <mxGeometry relative="1" x="-0.2485" y="2" as="geometry">
            <mxPoint as="offset" />
          </mxGeometry>
        </mxCell>
        <mxCell id="p-3naK_85DjVvBY4tQBO-95" edge="1" parent="56" source="24" style="edgeStyle=orthogonalEdgeStyle;rounded=0;orthogonalLoop=1;jettySize=auto;html=1;snapToPoint=0;fixDash=0;backgroundOutline=1;" target="25">
          <mxGeometry relative="1" as="geometry">
            <Array as="points">
              <mxPoint x="3460" y="126" />
            </Array>
          </mxGeometry>
        </mxCell>
        <mxCell id="p-3naK_85DjVvBY4tQBO-115" connectable="0" parent="p-3naK_85DjVvBY4tQBO-95" style="edgeLabel;html=1;align=center;verticalAlign=middle;resizable=0;points=[];snapToPoint=0;fixDash=0;backgroundOutline=1;" value="&lt;font style=&quot;font-size: 18px;&quot;&gt;Yes&lt;/font&gt;" vertex="1">
          <mxGeometry relative="1" x="-0.2426" y="3" as="geometry">
            <mxPoint x="1" as="offset" />
          </mxGeometry>
        </mxCell>
        <UserObject label="Drift detected?" mermaidId="n:decision_drift_detected" mermaidBaseStyle="html=1;whiteSpace=wrap;strokeWidth=2;fillColor=#0a0;strokeColor=#0a0;fontColor=light-dark(#333333,#cccccc);fontFamily=Trebuchet MS,Verdana,Arial,sans-serif;fontSize=16;" mermaidBaseValue="Drift detected?" id="24">
-           <mxCell parent="56" style="html=1;whiteSpace=wrap;strokeWidth=2;fillColor=#0a0;strokeColor=#0a0;fontColor=light-dark(#333333,#cccccc);fontFamily=Trebuchet MS,Verdana,Arial,sans-serif;fontSize=16;snapToPoint=0;fixDash=0;backgroundOutline=1;" vertex="1">
+           <mxCell parent="56" style="html=1;whiteSpace=wrap;strokeWidth=2;fillColor=#0a0;strokeColor=#0a0;fontColor=light-dark(#333333,#cccccc);fontFamily=Trebuchet MS,Verdana,Arial,sans-serif;fontSize=16;snapToPoint=0;fixDash=0;backgroundOutline=1;perimeter=trianglePerimeter;" vertex="1">
            <mxGeometry height="54" width="168" x="3570.5" y="102" as="geometry" />
          </mxCell>
        </UserObject>
        <mxCell id="p-3naK_85DjVvBY4tQBO-118" edge="1" parent="56" source="25" style="edgeStyle=orthogonalEdgeStyle;rounded=0;orthogonalLoop=1;jettySize=auto;html=1;startArrow=classic;startFill=1;dashed=1;snapToPoint=0;fixDash=0;backgroundOutline=1;">
          <mxGeometry relative="1" as="geometry">
            <Array as="points">
              <mxPoint x="3530" y="320" />
              <mxPoint x="4360" y="320" />
            </Array>
            <mxPoint x="4360" y="-200" as="targetPoint" />
          </mxGeometry>
        </mxCell>
        <UserObject label="Reconfigure / update VM in vCenter" mermaidId="n:reconfigure_update_vm" mermaidBaseStyle="html=1;whiteSpace=wrap;strokeWidth=1;fillColor=light-dark(#ECECFF,#1f2020);strokeColor=light-dark(#9370DB,#cccccc);fontColor=light-dark(#333333,#cccccc);fontFamily=Trebuchet MS,Verdana,Arial,sans-serif;fontSize=16;" mermaidBaseValue="Reconfigure / update VM in vCenter" id="25">
          <mxCell parent="56" style="html=1;whiteSpace=wrap;strokeWidth=1;fillColor=light-dark(#ECECFF,#1f2020);strokeColor=light-dark(#9370DB,#cccccc);fontColor=light-dark(#333333,#cccccc);fontFamily=Trebuchet MS,Verdana,Arial,sans-serif;fontSize=16;snapToPoint=0;fixDash=0;backgroundOutline=1;" vertex="1">
            <mxGeometry height="54" width="318" x="3300" y="236" as="geometry" />
          </mxCell>
        </UserObject>
        <UserObject label="No changes needed, VM already matches desired state" mermaidId="n:no_changes_needed_vm_already_matches_desired_state" mermaidBaseStyle="html=1;whiteSpace=wrap;strokeWidth=1;fillColor=light-dark(#ECECFF,#1f2020);strokeColor=light-dark(#9370DB,#cccccc);fontColor=light-dark(#333333,#cccccc);fontFamily=Trebuchet MS,Verdana,Arial,sans-serif;fontSize=16;" mermaidBaseValue="No changes needed, VM already matches desired state" id="26">
          <mxCell parent="56" style="html=1;whiteSpace=wrap;strokeWidth=1;fillColor=light-dark(#ECECFF,#1f2020);strokeColor=light-dark(#9370DB,#cccccc);fontColor=light-dark(#333333,#cccccc);fontFamily=Trebuchet MS,Verdana,Arial,sans-serif;fontSize=16;snapToPoint=0;fixDash=0;backgroundOutline=1;" vertex="1">
            <mxGeometry height="54" width="451" x="3740" y="236" as="geometry" />
          </mxCell>
        </UserObject>
        <mxCell id="p-3naK_85DjVvBY4tQBO-92" edge="1" parent="56" source="27" style="edgeStyle=orthogonalEdgeStyle;rounded=0;orthogonalLoop=1;jettySize=auto;html=1;entryX=1;entryY=0.25;entryDx=0;entryDy=0;startArrow=classic;startFill=1;strokeColor=default;dashed=1;snapToPoint=0;fixDash=0;backgroundOutline=1;" target="23">
          <mxGeometry relative="1" as="geometry">
            <Array as="points">
              <mxPoint x="3892" y="-220" />
              <mxPoint x="3892" y="-20" />
            </Array>
          </mxGeometry>
        </mxCell>
        <UserObject label="Set Ready=False / Error condition and requeue" mermaidId="n:error" mermaidBaseStyle="html=1;whiteSpace=wrap;strokeWidth=2;fillColor=#fdd;strokeColor=#a00;fontColor=light-dark(#333333,#cccccc);fontFamily=Trebuchet MS,Verdana,Arial,sans-serif;fontSize=16;" mermaidBaseValue="Set Ready=False / Error condition and requeue" id="27">
          <mxCell parent="56" style="html=1;whiteSpace=wrap;strokeWidth=2;fillColor=#fdd;strokeColor=#a00;fontColor=light-dark(#333333,#cccccc);fontFamily=Trebuchet MS,Verdana,Arial,sans-serif;fontSize=16;snapToPoint=0;fixDash=0;backgroundOutline=1;" vertex="1">
            <mxGeometry height="54" width="395" x="4110" y="-260" as="geometry" />
          </mxCell>
        </UserObject>
        <UserObject label="Update Machine status / conditions" mermaidId="n:update_machine_status" mermaidBaseStyle="html=1;whiteSpace=wrap;strokeWidth=1;fillColor=light-dark(#ECECFF,#1f2020);strokeColor=light-dark(#9370DB,#cccccc);fontColor=light-dark(#333333,#cccccc);fontFamily=Trebuchet MS,Verdana,Arial,sans-serif;fontSize=16;" mermaidBaseValue="Update Machine status / conditions" id="p-3naK_85DjVvBY4tQBO-89">
          <mxCell parent="56" style="html=1;whiteSpace=wrap;strokeWidth=1;fillColor=light-dark(#ECECFF,#1f2020);strokeColor=light-dark(#9370DB,#cccccc);fontColor=light-dark(#333333,#cccccc);fontFamily=Trebuchet MS,Verdana,Arial,sans-serif;fontSize=16;snapToPoint=0;fixDash=0;backgroundOutline=1;" vertex="1">
            <mxGeometry height="54" width="314" x="2909" y="102" as="geometry" />
          </mxCell>
        </UserObject>
        <mxCell id="p-3naK_85DjVvBY4tQBO-101" edge="1" parent="56" source="p-3naK_85DjVvBY4tQBO-96" style="edgeStyle=orthogonalEdgeStyle;rounded=0;orthogonalLoop=1;jettySize=auto;html=1;snapToPoint=0;fixDash=0;backgroundOutline=1;" target="p-3naK_85DjVvBY4tQBO-100">
          <mxGeometry relative="1" as="geometry" />
        </mxCell>
        <UserObject label="Update Machine status / conditions" mermaidId="n:update_machine_status" mermaidBaseStyle="html=1;whiteSpace=wrap;strokeWidth=1;fillColor=light-dark(#ECECFF,#1f2020);strokeColor=light-dark(#9370DB,#cccccc);fontColor=light-dark(#333333,#cccccc);fontFamily=Trebuchet MS,Verdana,Arial,sans-serif;fontSize=16;" mermaidBaseValue="Update Machine status / conditions" id="p-3naK_85DjVvBY4tQBO-96">
          <mxCell parent="56" style="html=1;whiteSpace=wrap;strokeWidth=1;fillColor=light-dark(#ECECFF,#1f2020);strokeColor=light-dark(#9370DB,#cccccc);fontColor=light-dark(#333333,#cccccc);fontFamily=Trebuchet MS,Verdana,Arial,sans-serif;fontSize=16;snapToPoint=0;fixDash=0;backgroundOutline=1;" vertex="1">
            <mxGeometry height="54" width="314" x="3300" y="350" as="geometry" />
          </mxCell>
        </UserObject>
        <mxCell id="p-3naK_85DjVvBY4tQBO-103" edge="1" parent="56" style="edgeStyle=orthogonalEdgeStyle;rounded=0;orthogonalLoop=1;jettySize=auto;html=1;entryX=1;entryY=0.75;entryDx=0;entryDy=0;snapToPoint=0;fixDash=0;backgroundOutline=1;">
          <mxGeometry relative="1" as="geometry">
            <Array as="points">
              <mxPoint x="3966.5" y="587" />
            </Array>
            <mxPoint x="3966.5" y="404" as="sourcePoint" />
            <mxPoint x="3738.5" y="586.5" as="targetPoint" />
          </mxGeometry>
        </mxCell>
        <UserObject label="Update Machine status / conditions" mermaidId="n:update_machine_status" mermaidBaseStyle="html=1;whiteSpace=wrap;strokeWidth=1;fillColor=light-dark(#ECECFF,#1f2020);strokeColor=light-dark(#9370DB,#cccccc);fontColor=light-dark(#333333,#cccccc);fontFamily=Trebuchet MS,Verdana,Arial,sans-serif;fontSize=16;" mermaidBaseValue="Update Machine status / conditions" id="p-3naK_85DjVvBY4tQBO-97">
          <mxCell parent="56" style="html=1;whiteSpace=wrap;strokeWidth=1;fillColor=light-dark(#ECECFF,#1f2020);strokeColor=light-dark(#9370DB,#cccccc);fontColor=light-dark(#333333,#cccccc);fontFamily=Trebuchet MS,Verdana,Arial,sans-serif;fontSize=16;snapToPoint=0;fixDash=0;backgroundOutline=1;" vertex="1">
            <mxGeometry height="54" width="314" x="3808.5" y="350" as="geometry" />
          </mxCell>
        </UserObject>
        <mxCell id="p-3naK_85DjVvBY4tQBO-98" edge="1" parent="56" source="26" style="edgeStyle=orthogonalEdgeStyle;rounded=0;orthogonalLoop=1;jettySize=auto;html=1;snapToPoint=0;fixDash=0;backgroundOutline=1;" target="p-3naK_85DjVvBY4tQBO-97">
          <mxGeometry relative="1" as="geometry" />
        </mxCell>
        <mxCell id="p-3naK_85DjVvBY4tQBO-99" edge="1" parent="56" source="25" style="edgeStyle=orthogonalEdgeStyle;rounded=0;orthogonalLoop=1;jettySize=auto;html=1;snapToPoint=0;fixDash=0;backgroundOutline=1;" target="p-3naK_85DjVvBY4tQBO-96">
          <mxGeometry relative="1" as="geometry" />
        </mxCell>
        <UserObject label="End: Finish reconcile" mermaidId="n:end_finish_reconcile" mermaidBaseStyle="html=1;whiteSpace=wrap;strokeWidth=1;fillColor=light-dark(#ECECFF,#1f2020);strokeColor=light-dark(#9370DB,#cccccc);fontColor=light-dark(#333333,#cccccc);fontFamily=Trebuchet MS,Verdana,Arial,sans-serif;fontSize=16;" mermaidBaseValue="End: Finish reconcile" id="p-3naK_85DjVvBY4tQBO-100">
          <mxCell parent="56" style="html=1;whiteSpace=wrap;strokeWidth=1;fillColor=light-dark(#ECECFF,#1f2020);strokeColor=light-dark(#9370DB,#cccccc);fontColor=light-dark(#333333,#cccccc);fontFamily=Trebuchet MS,Verdana,Arial,sans-serif;fontSize=16;snapToPoint=0;fixDash=0;backgroundOutline=1;" vertex="1">
            <mxGeometry height="54" width="209" x="3520" y="546" as="geometry" />
          </mxCell>
        </UserObject>
+         <mxCell id="ynTgRFUCo-ga5DruUUtD-56" parent="56" style="strokeWidth=2;html=1;shape=mxgraph.flowchart.decision;whiteSpace=wrap;" value="Machine resource found in Kubernetes?" vertex="1">
+           <mxGeometry height="170" width="190" x="2381.5" y="-938" as="geometry" />
+         </mxCell>
      </root>
    </mxGraphModel>
  </diagram>
</mxfile>
